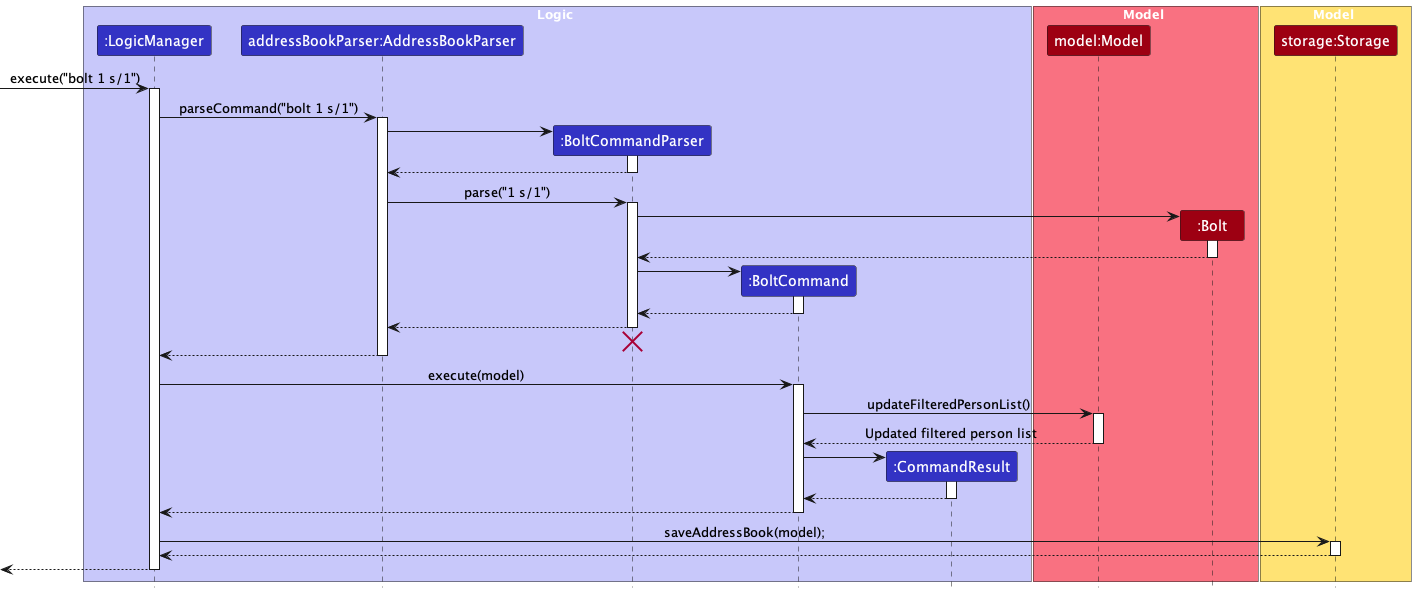
This is docs/images/BoltCommandSequenceDiagram.png from nus-cs2103-AY2324S2/tp, a PlantUML export, as it was before one commit.
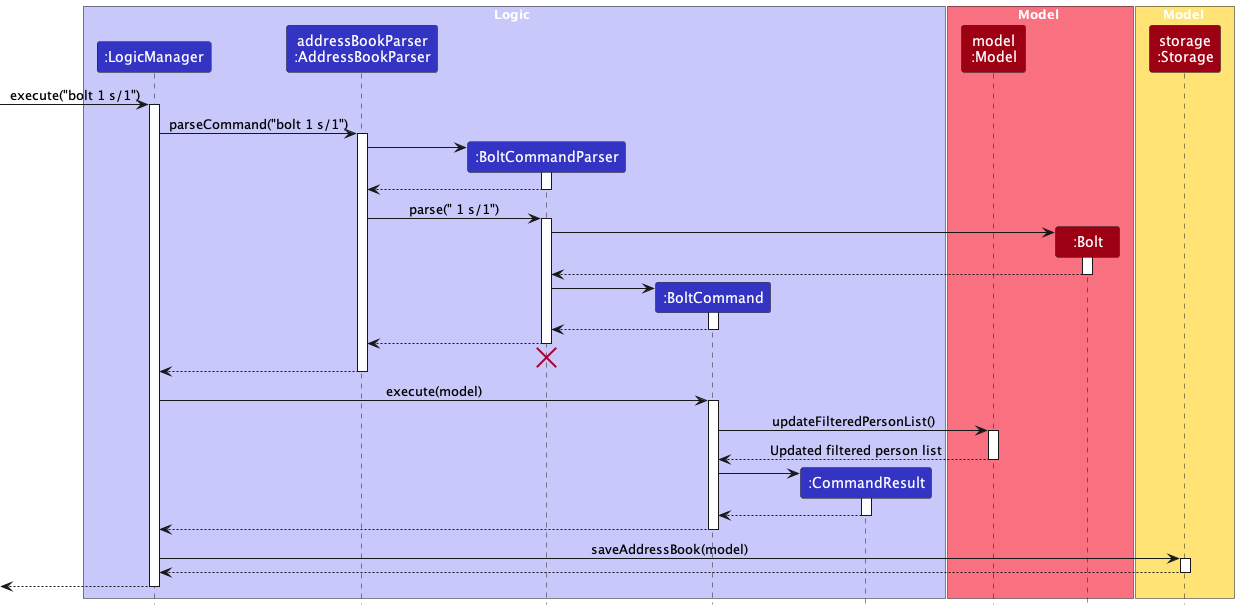
The same diagram one commit later.

Diff of the diagram source:
```diff
@@ -4,19 +4,19 @@
 
 box Logic LOGIC_COLOR_T1
 participant ":LogicManager" as LogicManager LOGIC_COLOR
-participant "addressBookParser:AddressBookParser" as AddressBookParser LOGIC_COLOR
+participant "addressBookParser\n:AddressBookParser" as AddressBookParser LOGIC_COLOR
 participant ":BoltCommandParser" as BoltCommandParser LOGIC_COLOR
 participant ":BoltCommand" as BoltCommand LOGIC_COLOR
 participant ":CommandResult" as CommandResult LOGIC_COLOR
 end box
 
 box Model MODEL_COLOR_T1
-participant "model:Model" as Model MODEL_COLOR
+participant "model\n:Model" as Model MODEL_COLOR
 participant ":Bolt" as Bolt MODEL_COLOR
 end box
 
 box Model STORAGE_COLOR_T1
-participant "storage:Storage" as Storage MODEL_COLOR
+participant "storage\n:Storage" as Storage MODEL_COLOR
 end box
 
 [-> LogicManager : execute("bolt 1 s/1")
@@ -32,7 +32,7 @@
 BoltCommandParser --> AddressBookParser
 deactivate BoltCommandParser
 
-AddressBookParser -> BoltCommandParser : parse("1 s/1")
+AddressBookParser -> BoltCommandParser : parse(" 1 s/1")
 activate BoltCommandParser
 
 create Bolt
@@ -77,7 +77,7 @@
 BoltCommand --> LogicManager :
 deactivate BoltCommand
 
-LogicManager -> Storage : saveAddressBook(model);
+LogicManager -> Storage : saveAddressBook(model)
 activate Storage
 
 Storage --> LogicManager
```
